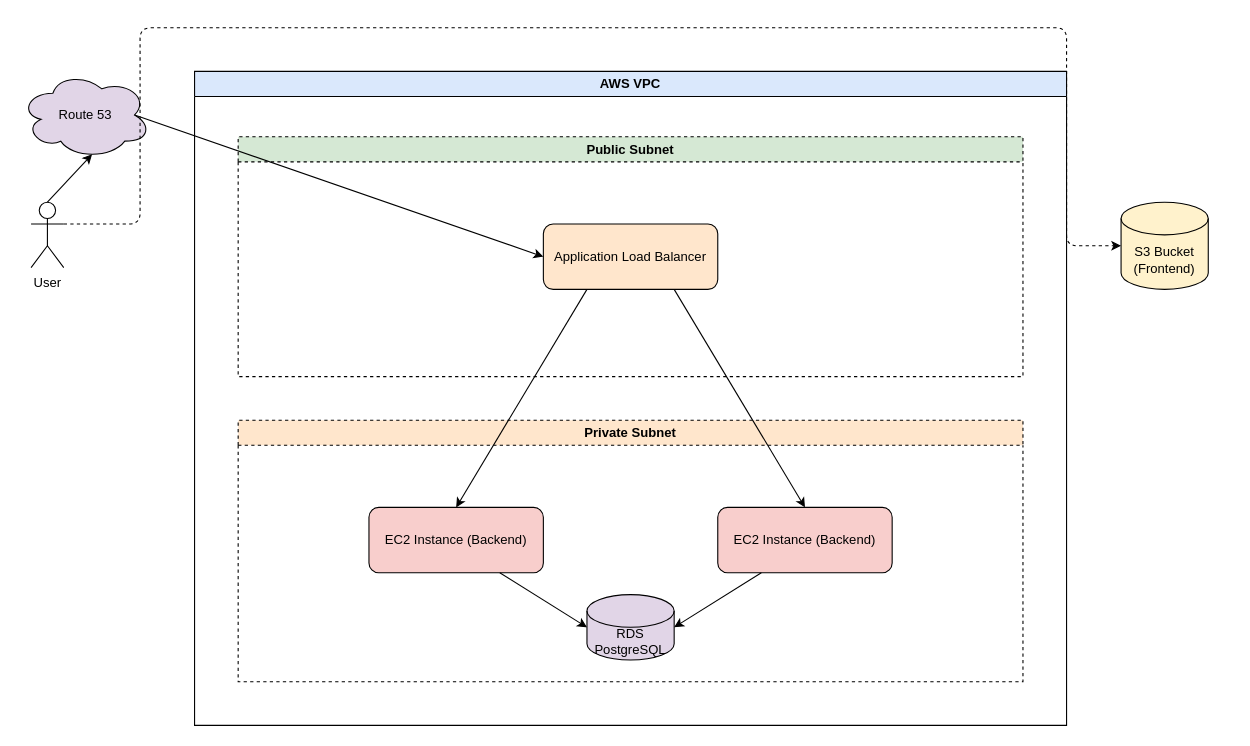
Above: infrsutructure-architecture.drawio in DathaCode/signature-sap (draw.io), before the change. Source tidied: cells renumbered, new cells numbered last; positions are measured from the earlier drawing's top-left corner, leaving out a move shared by most shapes. Both pictures are drawn from the tidied source at 109%, with x=0, y=0 at pixel (20, 27).
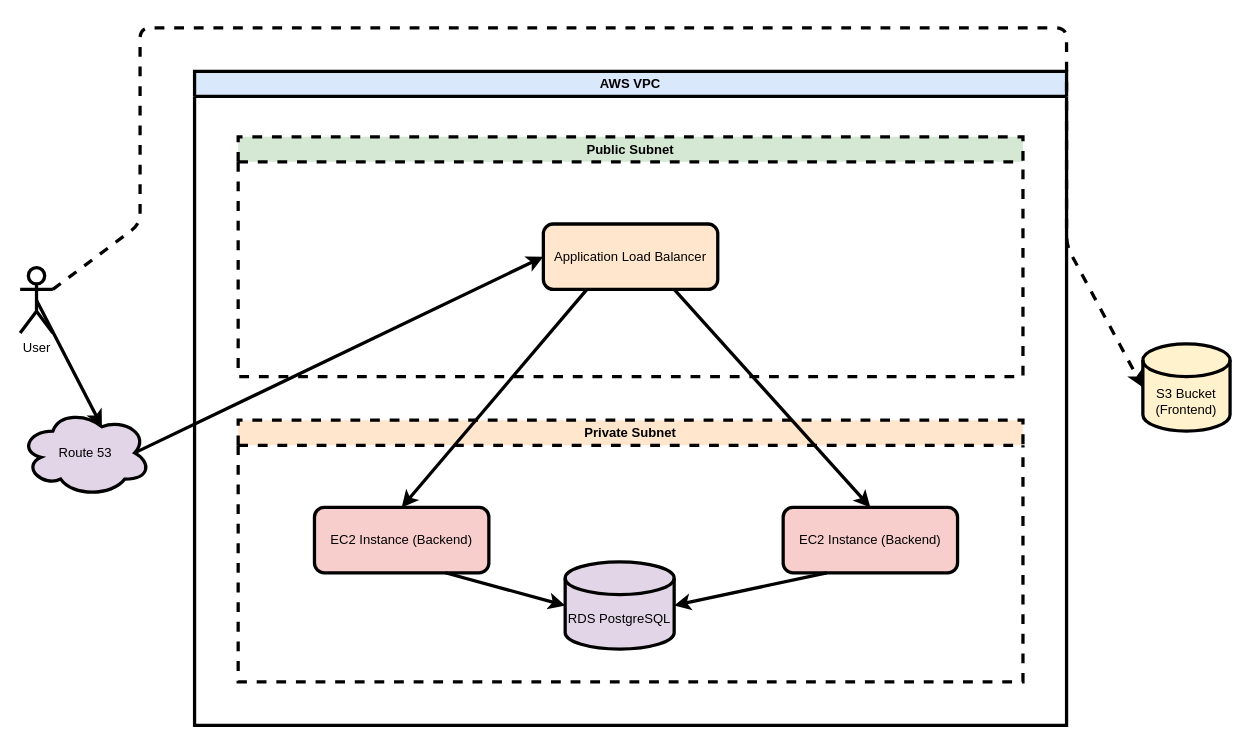
The same page after the edit.

Diff of the diagram source:
```diff
@@
-    <mxCell id="2" value="AWS VPC" style="swimlane;whiteSpace=wrap;html=1;startSize=23;fillColor=#dae8fc;strokeColor=#000000;fontColor=#000000;" parent="1" vertex="1">
+    <mxCell id="2" value="AWS VPC" style="swimlane;whiteSpace=wrap;html=1;startSize=23;fillColor=#dae8fc;strokeColor=#000000;fontColor=#000000;strokeWidth=3;" parent="1" vertex="1">
       <mxGeometry x="160" y="40" width="800" height="600" as="geometry" />
     </mxCell>
-    <mxCell id="3" value="Public Subnet" style="swimlane;whiteSpace=wrap;html=1;startSize=23;fillColor=#d5e8d4;strokeColor=#000000;dashed=1;fontColor=#000000;" parent="2" vertex="1">
+    <mxCell id="3" value="Public Subnet" style="swimlane;whiteSpace=wrap;html=1;startSize=23;fillColor=#d5e8d4;strokeColor=#000000;dashed=1;fontColor=#000000;strokeWidth=3;" parent="2" vertex="1">
       <mxGeometry x="40" y="60" width="720" height="220" as="geometry" />
     </mxCell>
-    <mxCell id="4" value="Application Load Balancer" style="rounded=1;whiteSpace=wrap;html=1;fillColor=#ffe6cc;strokeColor=#000000;fontColor=#000000;" parent="3" vertex="1">
+    <mxCell id="4" value="Application Load Balancer" style="rounded=1;whiteSpace=wrap;html=1;fillColor=#ffe6cc;strokeColor=#000000;fontColor=#000000;strokeWidth=3;" parent="3" vertex="1">
       <mxGeometry x="280" y="80" width="160" height="60" as="geometry" />
     </mxCell>
-    <mxCell id="5" value="Private Subnet" style="swimlane;whiteSpace=wrap;html=1;startSize=23;fillColor=#ffe6cc;strokeColor=#000000;dashed=1;fontColor=#000000;" parent="2" vertex="1">
+    <mxCell id="5" value="Private Subnet" style="swimlane;whiteSpace=wrap;html=1;startSize=23;fillColor=#ffe6cc;strokeColor=#000000;dashed=1;fontColor=#000000;strokeWidth=3;" parent="2" vertex="1">
       <mxGeometry x="40" y="320" width="720" height="240" as="geometry" />
     </mxCell>
-    <mxCell id="6" value="EC2 Instance (Backend)" style="rounded=1;whiteSpace=wrap;html=1;fillColor=#f8cecc;strokeColor=#000000;fontColor=#000000;" parent="5" vertex="1">
-      <mxGeometry x="120" y="80" width="160" height="60" as="geometry" />
+    <mxCell id="6" value="EC2 Instance (Backend)" style="rounded=1;whiteSpace=wrap;html=1;fillColor=#f8cecc;strokeColor=#000000;fontColor=#000000;strokeWidth=3;" parent="5" vertex="1">
+      <mxGeometry x="70" y="80" width="160" height="60" as="geometry" />
     </mxCell>
-    <mxCell id="7" value="EC2 Instance (Backend)" style="rounded=1;whiteSpace=wrap;html=1;fillColor=#f8cecc;strokeColor=#000000;fontColor=#000000;" parent="5" vertex="1">
-      <mxGeometry x="440" y="80" width="160" height="60" as="geometry" />
+    <mxCell id="7" value="EC2 Instance (Backend)" style="rounded=1;whiteSpace=wrap;html=1;fillColor=#f8cecc;strokeColor=#000000;fontColor=#000000;strokeWidth=3;" parent="5" vertex="1">
+      <mxGeometry x="500" y="80" width="160" height="60" as="geometry" />
     </mxCell>
-    <mxCell id="8" value="RDS PostgreSQL" style="shape=cylinder3;whiteSpace=wrap;html=1;boundedLbl=1;backgroundOutline=1;size=15;fillColor=#e1d5e7;strokeColor=#000000;fontColor=#000000;" parent="5" vertex="1">
-      <mxGeometry x="320" y="160" width="80" height="60" as="geometry" />
+    <mxCell id="8" value="RDS PostgreSQL" style="shape=cylinder3;whiteSpace=wrap;html=1;boundedLbl=1;backgroundOutline=1;size=15;fillColor=#e1d5e7;strokeColor=#000000;fontColor=#000000;strokeWidth=3;" parent="5" vertex="1">
+      <mxGeometry x="300" y="130" width="100" height="80" as="geometry" />
     </mxCell>
-    <mxCell id="9" value="User" style="shape=umlActor;verticalLabelPosition=bottom;verticalAlign=top;html=1;outlineConnect=0;fontColor=#000000;strokeColor=#000000;" parent="1" vertex="1">
-      <mxGeometry x="10" y="160" width="30" height="60" as="geometry" />
+    <mxCell id="9" value="User" style="shape=umlActor;verticalLabelPosition=bottom;verticalAlign=top;html=1;outlineConnect=0;fontColor=#000000;strokeColor=#000000;strokeWidth=3;" parent="1" vertex="1">
+      <mxGeometry y="220" width="30" height="60" as="geometry" />
     </mxCell>
-    <mxCell id="10" value="Route 53" style="ellipse;shape=cloud;whiteSpace=wrap;html=1;fillColor=#e1d5e7;strokeColor=#000000;fontColor=#000000;" parent="1" vertex="1">
-      <mxGeometry y="40" width="120" height="80" as="geometry" />
+    <mxCell id="10" value="Route 53" style="ellipse;shape=cloud;whiteSpace=wrap;html=1;fillColor=#e1d5e7;strokeColor=#000000;fontColor=#000000;strokeWidth=3;" parent="1" vertex="1">
+      <mxGeometry y="350" width="120" height="80" as="geometry" />
     </mxCell>
-    <mxCell id="11" value="S3 Bucket (Frontend)" style="shape=cylinder3;whiteSpace=wrap;html=1;boundedLbl=1;backgroundOutline=1;size=15;fillColor=#fff2cc;strokeColor=#000000;fontColor=#000000;" parent="1" vertex="1">
-      <mxGeometry x="1010" y="160" width="80" height="80" as="geometry" />
+    <mxCell id="11" value="S3 Bucket (Frontend)" style="shape=cylinder3;whiteSpace=wrap;html=1;boundedLbl=1;backgroundOutline=1;size=15;fillColor=#fff2cc;strokeColor=#000000;fontColor=#000000;strokeWidth=3;" parent="1" vertex="1">
+      <mxGeometry x="1030" y="290" width="80" height="80" as="geometry" />
     </mxCell>
-    <mxCell id="12" style="endArrow=classic;html=1;exitX=0.5;exitY=0;exitDx=0;exitDy=0;exitPerimeter=0;entryX=0.55;entryY=0.95;entryDx=0;entryDy=0;entryPerimeter=0;fontColor=#000000;strokeColor=#000000;" parent="1" edge="1" source="9" target="10">
+    <mxCell id="12" style="endArrow=classic;html=1;fontColor=#000000;strokeColor=#000000;strokeWidth=3;entryX=0.625;entryY=0.2;entryDx=0;entryDy=0;entryPerimeter=0;exitX=0.5;exitY=0.5;exitDx=0;exitDy=0;exitPerimeter=0;" parent="1" edge="1" source="9" target="10">
       <mxGeometry relative="1" as="geometry" />
     </mxCell>
-    <mxCell id="13" style="endArrow=classic;html=1;exitX=0.875;exitY=0.5;exitDx=0;exitDy=0;exitPerimeter=0;entryX=0;entryY=0.5;entryDx=0;entryDy=0;fontColor=#000000;strokeColor=#000000;" parent="1" edge="1" source="10" target="4">
+    <mxCell id="13" style="endArrow=classic;html=1;exitX=0.875;exitY=0.5;exitDx=0;exitDy=0;exitPerimeter=0;entryX=0;entryY=0.5;entryDx=0;entryDy=0;fontColor=#000000;strokeColor=#000000;strokeWidth=3;" parent="1" edge="1" source="10" target="4">
       <mxGeometry relative="1" as="geometry" />
     </mxCell>
-    <mxCell id="14" style="endArrow=classic;html=1;exitX=0.25;exitY=1;exitDx=0;exitDy=0;entryX=0.5;entryY=0;entryDx=0;entryDy=0;fontColor=#000000;strokeColor=#000000;" parent="1" edge="1" source="4" target="6">
+    <mxCell id="14" style="endArrow=classic;html=1;exitX=0.25;exitY=1;exitDx=0;exitDy=0;entryX=0.5;entryY=0;entryDx=0;entryDy=0;fontColor=#000000;strokeColor=#000000;strokeWidth=3;" parent="1" edge="1" source="4" target="6">
       <mxGeometry relative="1" as="geometry" />
     </mxCell>
-    <mxCell id="15" style="endArrow=classic;html=1;exitX=0.75;exitY=1;exitDx=0;exitDy=0;entryX=0.5;entryY=0;entryDx=0;entryDy=0;fontColor=#000000;strokeColor=#000000;" parent="1" edge="1" source="4" target="7">
+    <mxCell id="15" style="endArrow=classic;html=1;exitX=0.75;exitY=1;exitDx=0;exitDy=0;entryX=0.5;entryY=0;entryDx=0;entryDy=0;fontColor=#000000;strokeColor=#000000;strokeWidth=3;" parent="1" edge="1" source="4" target="7">
       <mxGeometry relative="1" as="geometry" />
     </mxCell>
-    <mxCell id="16" style="endArrow=classic;html=1;exitX=0.75;exitY=1;exitDx=0;exitDy=0;entryX=0;entryY=0.5;entryDx=0;entryDy=0;entryPerimeter=0;fontColor=#000000;strokeColor=#000000;" parent="1" edge="1" source="6" target="8">
+    <mxCell id="16" style="endArrow=classic;html=1;exitX=0.75;exitY=1;exitDx=0;exitDy=0;entryX=0;entryY=0.5;entryDx=0;entryDy=0;entryPerimeter=0;fontColor=#000000;strokeColor=#000000;strokeWidth=3;" parent="1" edge="1" source="6" target="8">
       <mxGeometry relative="1" as="geometry" />
     </mxCell>
-    <mxCell id="17" style="endArrow=classic;html=1;exitX=0.25;exitY=1;exitDx=0;exitDy=0;entryX=1;entryY=0.5;entryDx=0;entryDy=0;entryPerimeter=0;fontColor=#000000;strokeColor=#000000;" parent="1" edge="1" source="7" target="8">
+    <mxCell id="17" style="endArrow=classic;html=1;exitX=0.25;exitY=1;exitDx=0;exitDy=0;entryX=1;entryY=0.5;entryDx=0;entryDy=0;entryPerimeter=0;fontColor=#000000;strokeColor=#000000;strokeWidth=3;" parent="1" edge="1" source="7" target="8">
       <mxGeometry relative="1" as="geometry" />
     </mxCell>
-    <mxCell id="18" style="endArrow=classic;html=1;exitX=1;exitY=0.3333333333333333;exitDx=0;exitDy=0;exitPerimeter=0;entryX=0;entryY=0.5;entryDx=0;entryDy=0;entryPerimeter=0;dashed=1;fontColor=#000000;strokeColor=#000000;" parent="1" edge="1" source="9" target="11">
+    <mxCell id="18" style="endArrow=classic;html=1;exitX=1;exitY=0.3333333333333333;exitDx=0;exitDy=0;exitPerimeter=0;entryX=0;entryY=0.5;entryDx=0;entryDy=0;entryPerimeter=0;dashed=1;fontColor=#000000;strokeColor=#000000;strokeWidth=3;" parent="1" edge="1" source="9" target="11">
       <mxGeometry relative="1" as="geometry">
         <Array as="points">
           <mxPoint x="110" y="180" />
           <mxPoint x="110" />
           <mxPoint x="960" />
           <mxPoint x="960" y="200" />
         </Array>
       </mxGeometry>
     </mxCell>
```
